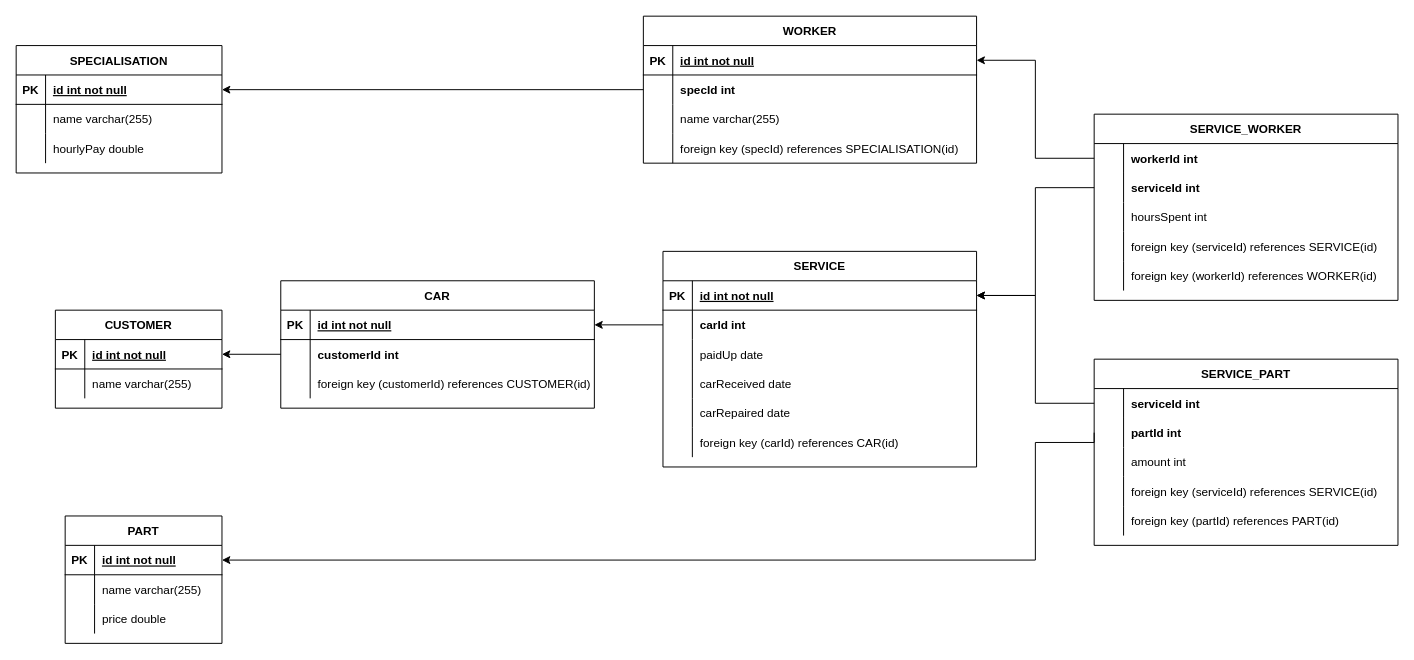
adrian-pusty/Task001 keeps this draw.io diagram as src/main/java/com/erm/workshop.drawio. Above is the earlier version. Source tidied: cells renumbered, new cells numbered last; positions are measured from the earlier drawing's top-left corner, leaving out a move shared by most shapes. Both pictures are drawn from the tidied source at 98%, with x=0, y=0 at pixel (16, 16).
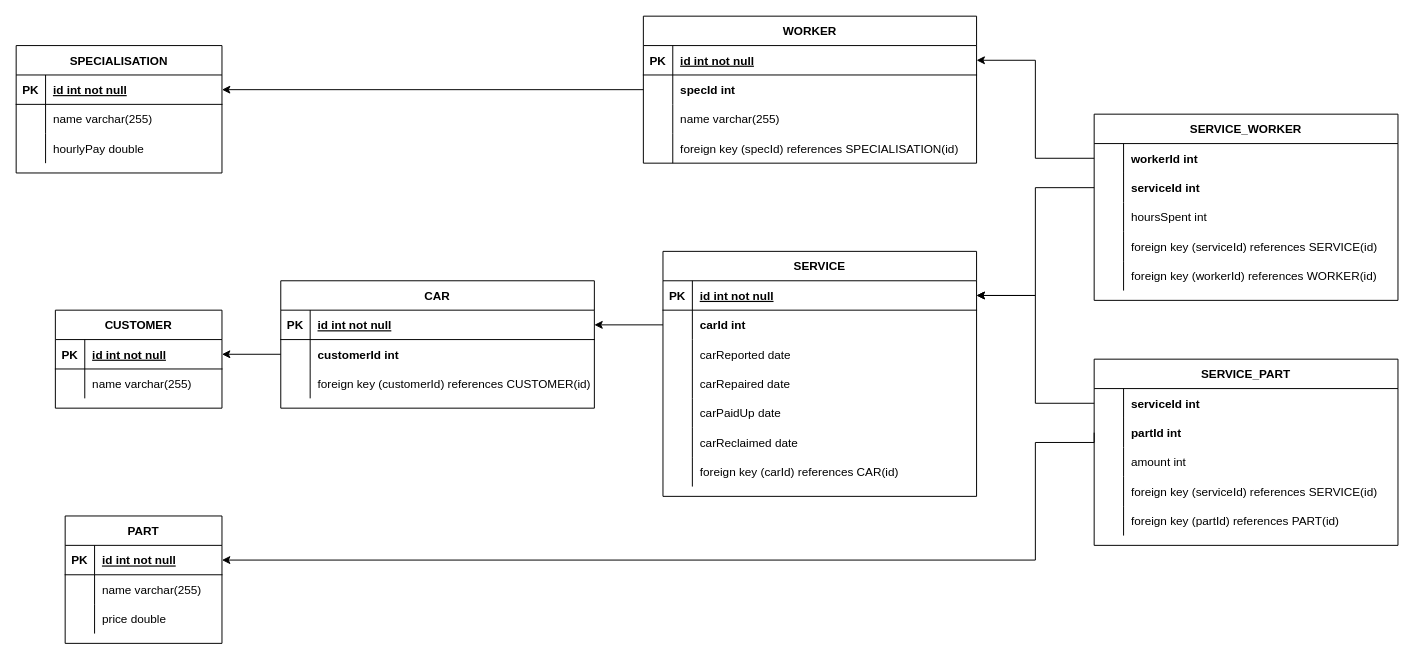
After the change.

Commit message (it also covers changes not shown here):
carReclaimed date added to SERVICE table

Unchanged cells that the change refers to:
```xml
<mxCell id="29" style="shape=tableRow;horizontal=0;startSize=0;swimlaneHead=0;swimlaneBody=0;fillColor=none;top=0;left=0;right=0;bottom=0;" parent="13" vertex="1">
  <mxGeometry y="180" width="320" height="30" as="geometry" />
</mxCell>
```

Change to the diagram source:
```diff
@@
     <mxCell id="13" value="SERVICE" style="shape=table;startSize=30;childLayout=tableLayout;rowLines=0;fontStyle=1;align=center;" parent="1" vertex="1">
-      <mxGeometry x="660" y="240" width="320" height="220" as="geometry" />
+      <mxGeometry x="660" y="240" width="320" height="250" as="geometry" />
     </mxCell>
@@
-    <mxCell id="20" style="shape=tableRow;horizontal=0;startSize=0;swimlaneHead=0;swimlaneBody=0;fillColor=none;top=0;left=0;right=0;bottom=0;" parent="13" vertex="1">
-      <mxGeometry y="90" width="320" height="30" as="geometry" />
-    </mxCell>
-    <mxCell id="21" style="shape=partialRectangle;overflow=hidden;fillColor=none;top=0;left=0;bottom=0;right=0;" parent="20" vertex="1">
-      <mxGeometry width="30" height="30" as="geometry" />
-    </mxCell>
-    <mxCell id="22" value="paidUp date" style="shape=partialRectangle;overflow=hidden;fillColor=none;align=left;top=0;left=0;bottom=0;right=0;spacingLeft=6;" parent="20" vertex="1">
-      <mxGeometry x="30" width="290" height="30" as="geometry" />
-    </mxCell>
     <mxCell id="23" style="shape=tableRow;horizontal=0;startSize=0;swimlaneHead=0;swimlaneBody=0;fillColor=none;top=0;left=0;right=0;bottom=0;" parent="13" vertex="1">
-      <mxGeometry y="120" width="320" height="30" as="geometry" />
+      <mxGeometry y="90" width="320" height="30" as="geometry" />
     </mxCell>
@@
-    <mxCell id="25" value="carReceived date" style="shape=partialRectangle;overflow=hidden;fillColor=none;align=left;top=0;left=0;bottom=0;right=0;spacingLeft=6;" parent="23" vertex="1">
+    <mxCell id="25" value="carReported date" style="shape=partialRectangle;overflow=hidden;fillColor=none;align=left;top=0;left=0;bottom=0;right=0;spacingLeft=6;" parent="23" vertex="1">
       <mxGeometry x="30" width="290" height="30" as="geometry" />
     </mxCell>
     <mxCell id="26" style="shape=tableRow;horizontal=0;startSize=0;swimlaneHead=0;swimlaneBody=0;fillColor=none;top=0;left=0;right=0;bottom=0;" parent="13" vertex="1">
-      <mxGeometry y="150" width="320" height="30" as="geometry" />
+      <mxGeometry y="120" width="320" height="30" as="geometry" />
     </mxCell>
@@
+    <mxCell id="20" style="shape=tableRow;horizontal=0;startSize=0;swimlaneHead=0;swimlaneBody=0;fillColor=none;top=0;left=0;right=0;bottom=0;" parent="13" vertex="1">
+      <mxGeometry y="150" width="320" height="30" as="geometry" />
+    </mxCell>
+    <mxCell id="21" style="shape=partialRectangle;overflow=hidden;fillColor=none;top=0;left=0;bottom=0;right=0;" parent="20" vertex="1">
+      <mxGeometry width="30" height="30" as="geometry" />
+    </mxCell>
+    <mxCell id="22" value="carPaidUp date" style="shape=partialRectangle;overflow=hidden;fillColor=none;align=left;top=0;left=0;bottom=0;right=0;spacingLeft=6;" parent="20" vertex="1">
+      <mxGeometry x="30" width="290" height="30" as="geometry" />
+    </mxCell>
@@
-    <mxCell id="31" value="foreign key (carId) references CAR(id)" style="shape=partialRectangle;overflow=hidden;fillColor=none;align=left;top=0;left=0;bottom=0;right=0;spacingLeft=6;" parent="29" vertex="1">
+    <mxCell id="31" value="carReclaimed date" style="shape=partialRectangle;overflow=hidden;fillColor=none;align=left;top=0;left=0;bottom=0;right=0;spacingLeft=6;" parent="29" vertex="1">
       <mxGeometry x="30" width="290" height="30" as="geometry" />
     </mxCell>
+    <mxCell id="110" style="shape=tableRow;horizontal=0;startSize=0;swimlaneHead=0;swimlaneBody=0;fillColor=none;top=0;left=0;right=0;bottom=0;" parent="13" vertex="1">
+      <mxGeometry y="210" width="320" height="30" as="geometry" />
+    </mxCell>
+    <mxCell id="111" style="shape=partialRectangle;overflow=hidden;fillColor=none;top=0;left=0;bottom=0;right=0;" parent="110" vertex="1">
+      <mxGeometry width="30" height="30" as="geometry" />
+    </mxCell>
+    <mxCell id="112" value="foreign key (carId) references CAR(id)" style="shape=partialRectangle;overflow=hidden;fillColor=none;align=left;top=0;left=0;bottom=0;right=0;spacingLeft=6;" parent="110" vertex="1">
+      <mxGeometry x="30" width="290" height="30" as="geometry" />
+    </mxCell>
```
